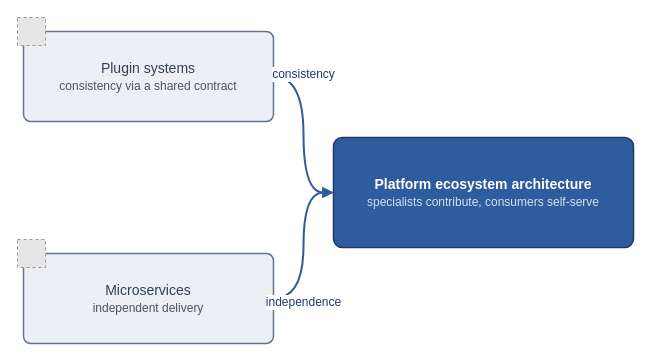
Before: page "PCF Diagram" (3 of 12) of diagrams/pcf-community-draft.drawio in missBerg/platform-capabilities, a draw.io diagram. Source tidied: cells renumbered, new cells numbered last; positions are measured from the earlier drawing's top-left corner, leaving out a move shared by most shapes. Both pictures are drawn from the tidied source at 100%, with x=0, y=0 at pixel (17, 17). Pictures stored in the file or linked from it are replaced by grey dashed boxes.
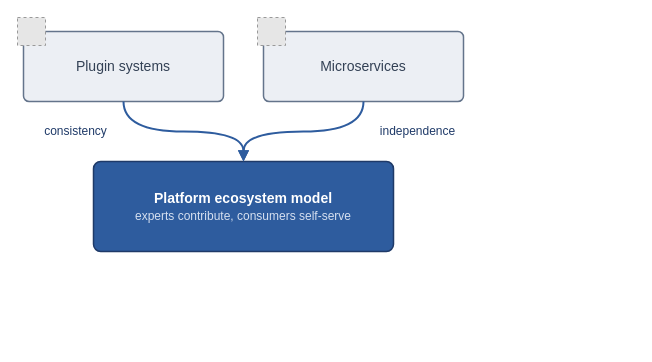
Above is the later version.

What changed in the source:
```diff
@@
 <mxGraphModel>
   <root>
     <mxCell id="0" />
     <mxCell id="1" parent="0" />
-    <mxCell id="2" value="Plugin systems&lt;br&gt;&lt;font style=&quot;font-size: 12px&quot; color=&quot;#4B5563&quot;&gt;consistency via a shared contract&lt;/font&gt;" style="rounded=1;whiteSpace=wrap;html=1;arcSize=8;fillColor=#ECEFF4;strokeColor=#64748B;strokeWidth=1.5;fontColor=#334155;fontFamily=Helvetica;fontSize=14;align=center;verticalAlign=middle;shadow=0;" parent="1" vertex="1">
-      <mxGeometry x="6" y="14" width="250" height="90" as="geometry" />
+    <mxCell id="2" value="Plugin systems" style="rounded=1;whiteSpace=wrap;html=1;arcSize=8;fillColor=#ECEFF4;strokeColor=#64748B;strokeWidth=1.5;fontColor=#334155;fontFamily=Helvetica;fontSize=14;align=center;verticalAlign=middle;shadow=0;" parent="1" vertex="1">
+      <mxGeometry x="6" y="14" width="200" height="70" as="geometry" />
     </mxCell>
     <mxCell id="3" style="fillColor=#E6E6E6;strokeColor=#999999;dashed=1;verticalLabelPosition=bottom;verticalAlign=top;align=center;fontFamily=Helvetica;fontSize=14;fontColor=#1F3A68;" parent="1" vertex="1">
       <mxGeometry width="28" height="28" as="geometry" />
     </mxCell>
-    <mxCell id="4" value="Microservices&lt;br&gt;&lt;font style=&quot;font-size: 12px&quot; color=&quot;#4B5563&quot;&gt;independent delivery&lt;/font&gt;" style="rounded=1;whiteSpace=wrap;html=1;arcSize=8;fillColor=#ECEFF4;strokeColor=#64748B;strokeWidth=1.5;fontColor=#334155;fontFamily=Helvetica;fontSize=14;align=center;verticalAlign=middle;shadow=0;" parent="1" vertex="1">
-      <mxGeometry x="6" y="236" width="250" height="90" as="geometry" />
+    <mxCell id="4" value="Microservices" style="rounded=1;whiteSpace=wrap;html=1;arcSize=8;fillColor=#ECEFF4;strokeColor=#64748B;strokeWidth=1.5;fontColor=#334155;fontFamily=Helvetica;fontSize=14;align=center;verticalAlign=middle;shadow=0;" parent="1" vertex="1">
+      <mxGeometry x="246" y="14" width="200" height="70" as="geometry" />
     </mxCell>
     <mxCell id="5" style="fillColor=#E6E6E6;strokeColor=#999999;dashed=1;verticalLabelPosition=bottom;verticalAlign=top;align=center;fontFamily=Helvetica;fontSize=14;fontColor=#1F3A68;" parent="1" vertex="1">
-      <mxGeometry y="222" width="28" height="28" as="geometry" />
+      <mxGeometry x="240" width="28" height="28" as="geometry" />
     </mxCell>
-    <mxCell id="6" value="&lt;b&gt;Platform ecosystem architecture&lt;/b&gt;&lt;br&gt;&lt;font style=&quot;font-size: 12px&quot; color=&quot;#D6E0F0&quot;&gt;specialists contribute, consumers self-serve&lt;/font&gt;" style="rounded=1;whiteSpace=wrap;html=1;arcSize=8;fillColor=#2E5C9E;strokeColor=#1F3A68;strokeWidth=1.5;fontColor=#FFFFFF;fontFamily=Helvetica;fontSize=14;align=center;verticalAlign=middle;shadow=0;" parent="1" vertex="1">
-      <mxGeometry x="316" y="120" width="300" height="110" as="geometry" />
+    <mxCell id="6" value="&lt;b&gt;Platform ecosystem model&lt;/b&gt;&lt;br&gt;&lt;font style=&quot;font-size: 12px&quot; color=&quot;#D6E0F0&quot;&gt;experts contribute, consumers self-serve&lt;/font&gt;" style="rounded=1;whiteSpace=wrap;html=1;arcSize=8;fillColor=#2E5C9E;strokeColor=#1F3A68;strokeWidth=1.5;fontColor=#FFFFFF;fontFamily=Helvetica;fontSize=14;align=center;verticalAlign=middle;shadow=0;" parent="1" vertex="1">
+      <mxGeometry x="76" y="144" width="300" height="90" as="geometry" />
     </mxCell>
-    <mxCell id="7" value="consistency" style="edgeStyle=orthogonalEdgeStyle;endArrow=block;html=1;rounded=0;strokeColor=#2E5C9E;strokeWidth=2;fontColor=#1F3A68;fontFamily=Helvetica;fontSize=12;endFill=1;curved=1;exitX=1;exitY=0.5;exitDx=0;exitDy=0;entryX=0;entryY=0.5;entryDx=0;entryDy=0;" parent="1" edge="1" source="2" target="6">
-      <mxGeometry x="-0.5" relative="1" as="geometry">
-        <mxPoint y="-16" as="offset" />
+    <mxCell id="7" value="consistency" style="edgeStyle=orthogonalEdgeStyle;endArrow=block;html=1;rounded=0;strokeColor=#2E5C9E;strokeWidth=2;fontColor=#1F3A68;fontFamily=Helvetica;fontSize=12;endFill=1;curved=1;exitX=0.5;exitY=1;exitDx=0;exitDy=0;entryX=0.5;entryY=0;entryDx=0;entryDy=0;" parent="1" edge="1" source="2" target="6">
+      <mxGeometry x="-0.55" relative="1" as="geometry">
+        <mxPoint x="-58" as="offset" />
       </mxGeometry>
     </mxCell>
-    <mxCell id="8" value="independence" style="edgeStyle=orthogonalEdgeStyle;endArrow=block;html=1;rounded=0;strokeColor=#2E5C9E;strokeWidth=2;fontColor=#1F3A68;fontFamily=Helvetica;fontSize=12;endFill=1;curved=1;exitX=1;exitY=0.5;exitDx=0;exitDy=0;entryX=0;entryY=0.5;entryDx=0;entryDy=0;" parent="1" edge="1" source="4" target="6">
-      <mxGeometry x="-0.5" relative="1" as="geometry">
-        <mxPoint y="16" as="offset" />
+    <mxCell id="8" value="independence" style="edgeStyle=orthogonalEdgeStyle;endArrow=block;html=1;rounded=0;strokeColor=#2E5C9E;strokeWidth=2;fontColor=#1F3A68;fontFamily=Helvetica;fontSize=12;endFill=1;curved=1;exitX=0.5;exitY=1;exitDx=0;exitDy=0;entryX=0.5;entryY=0;entryDx=0;entryDy=0;" parent="1" edge="1" source="4" target="6">
+      <mxGeometry x="-0.55" relative="1" as="geometry">
+        <mxPoint x="64" as="offset" />
       </mxGeometry>
     </mxCell>
   </root>
 </mxGraphModel>
```
